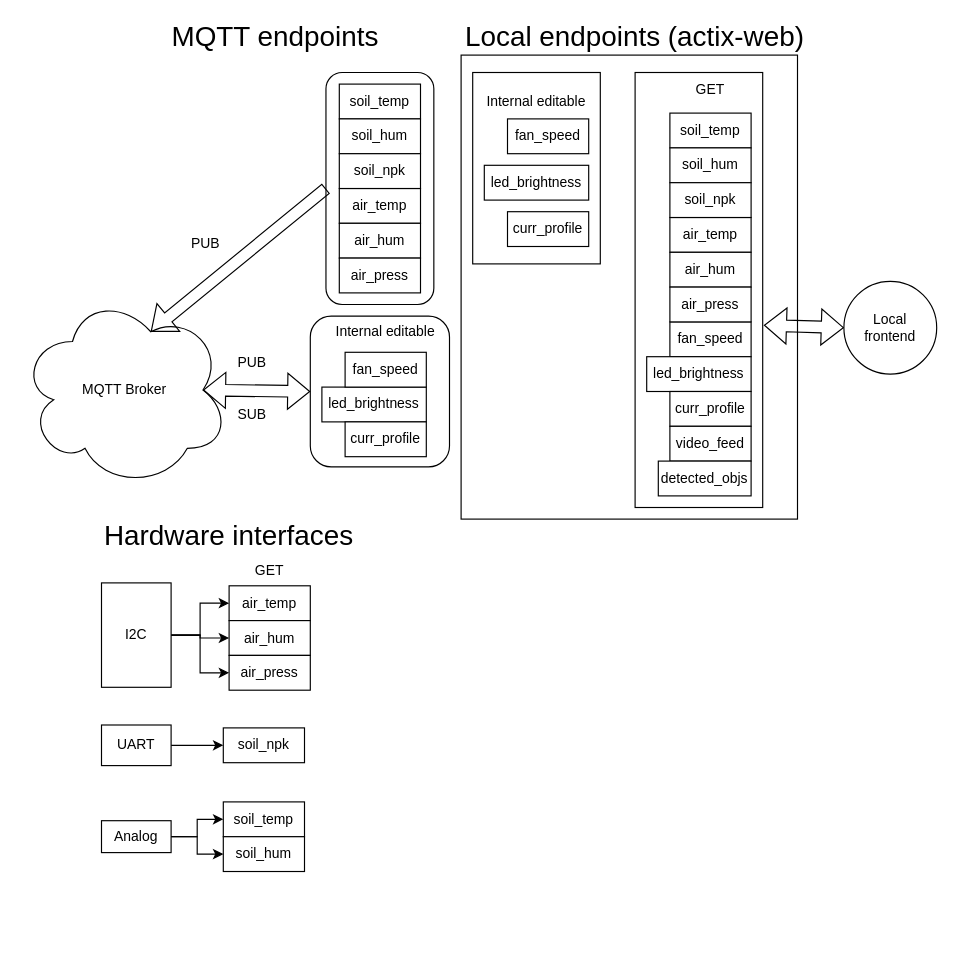
Before: page "DeviceDetailed" (5 of 5) of models/Project.drawio in KhazAkar/ags, a draw.io diagram. Source tidied: cells renumbered, new cells numbered last; positions are measured from the earlier drawing's top-left corner, leaving out a move shared by most shapes. Both pictures are drawn from the tidied source at 116%, with x=0, y=0 at pixel (20, 20).
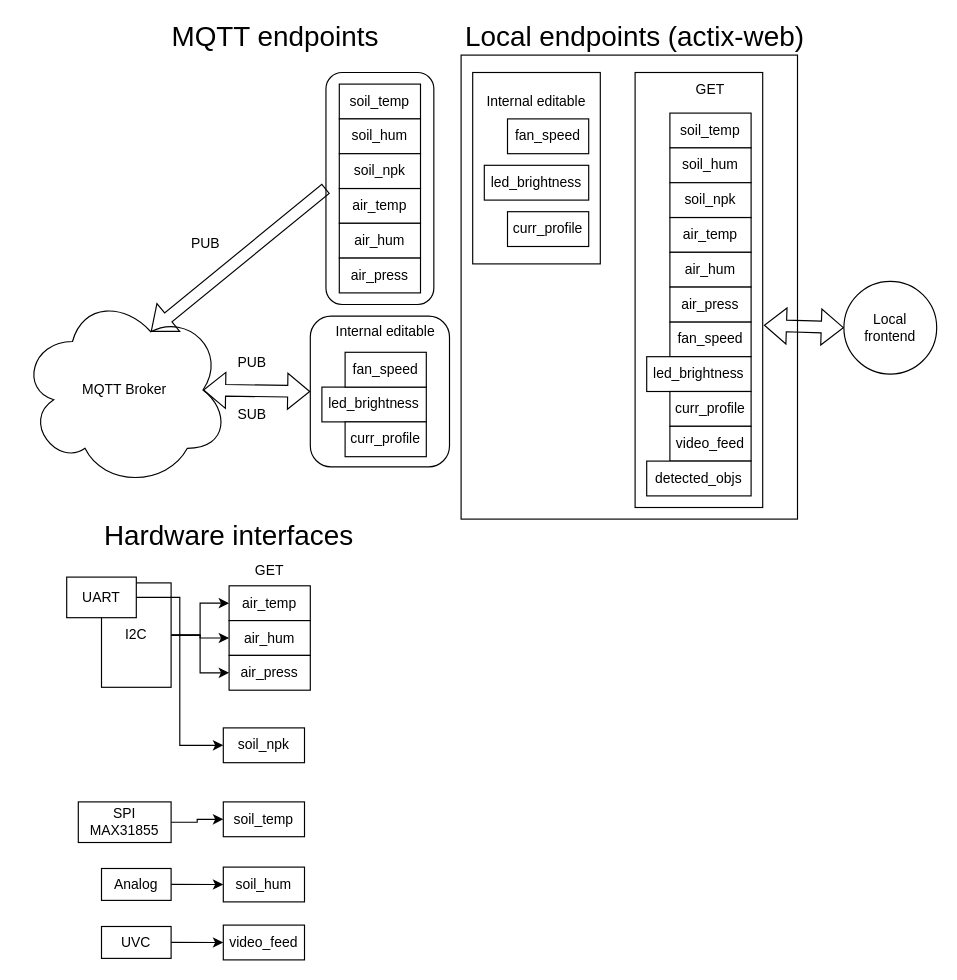
Above is the later version.

Unchanged cells that the change refers to:
```xml
<mxCell id="55" value="soil_temp" style="rounded=0;whiteSpace=wrap;html=1;" parent="1" vertex="1">
  <mxGeometry x="175" y="673.8" width="70" height="30" as="geometry" />
</mxCell>
```

Change to the diagram source:
```diff
@@
     <mxCell id="22" value="detected_objs" style="rounded=0;whiteSpace=wrap;html=1;" parent="1" vertex="1">
-      <mxGeometry x="550" y="380" width="80" height="30" as="geometry" />
+      <mxGeometry x="540" y="380" width="90" height="30" as="geometry" />
     </mxCell>
@@
     <mxCell id="53" value="UART" style="rounded=0;whiteSpace=wrap;html=1;" parent="1" vertex="1">
-      <mxGeometry x="70" y="607.5" width="60" height="35" as="geometry" />
+      <mxGeometry x="40" y="480" width="60" height="35" as="geometry" />
     </mxCell>
@@
     <mxCell id="56" value="soil_hum" style="rounded=0;whiteSpace=wrap;html=1;" parent="1" vertex="1">
-      <mxGeometry x="175" y="703.8" width="70" height="30" as="geometry" />
+      <mxGeometry x="175" y="730" width="70" height="30" as="geometry" />
     </mxCell>
@@
-    <mxCell id="58" style="edgeStyle=orthogonalEdgeStyle;rounded=0;jettySize=auto;html=1;exitX=1;exitY=0.5;exitDx=0;exitDy=0;entryX=0;entryY=0.5;entryDx=0;entryDy=0;" parent="1" edge="1" source="59" target="55">
-      <mxGeometry relative="1" as="geometry" />
-    </mxCell>
     <mxCell id="59" value="Analog" style="rounded=0;whiteSpace=wrap;html=1;" parent="1" vertex="1">
-      <mxGeometry x="70" y="690" width="60" height="27.5" as="geometry" />
+      <mxGeometry x="70" y="731.2" width="60" height="27.5" as="geometry" />
     </mxCell>
+    <mxCell id="60" style="edgeStyle=orthogonalEdgeStyle;rounded=0;jettySize=auto;html=1;exitX=1;exitY=0.5;exitDx=0;exitDy=0;entryX=0;entryY=0.5;entryDx=0;entryDy=0;" parent="1" edge="1" source="61" target="55">
+      <mxGeometry relative="1" as="geometry" />
+    </mxCell>
+    <mxCell id="61" value="SPI&lt;br&gt;MAX31855" style="rounded=0;whiteSpace=wrap;html=1;" parent="1" vertex="1">
+      <mxGeometry x="50" y="673.8" width="80" height="35" as="geometry" />
+    </mxCell>
+    <mxCell id="62" value="video_feed" style="rounded=0;whiteSpace=wrap;html=1;" parent="1" vertex="1">
+      <mxGeometry x="175" y="780" width="70" height="30" as="geometry" />
+    </mxCell>
+    <mxCell id="63" style="edgeStyle=orthogonalEdgeStyle;rounded=0;jettySize=auto;html=1;exitX=1;exitY=0.5;exitDx=0;exitDy=0;entryX=0;entryY=0.5;entryDx=0;entryDy=0;" parent="1" edge="1" source="64" target="62">
+      <mxGeometry relative="1" as="geometry" />
+    </mxCell>
+    <mxCell id="64" value="UVC" style="rounded=0;whiteSpace=wrap;html=1;" parent="1" vertex="1">
+      <mxGeometry x="70" y="781.2" width="60" height="27.5" as="geometry" />
+    </mxCell>
```
